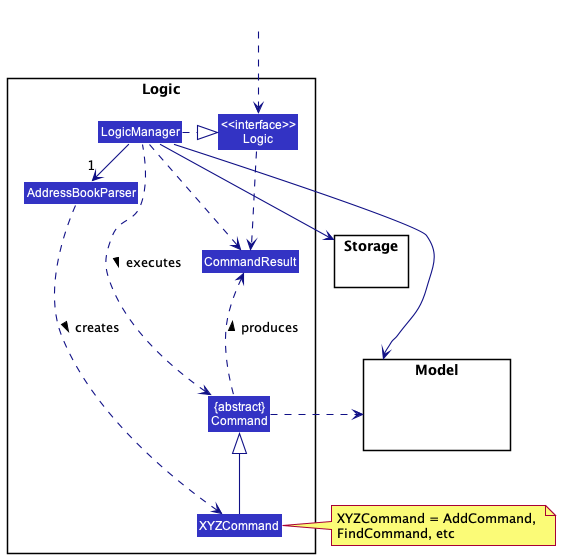
This is docs/images/LogicClassDiagram.png from se-edu/addressbook-level3, a PlantUML export, as it was before one commit.
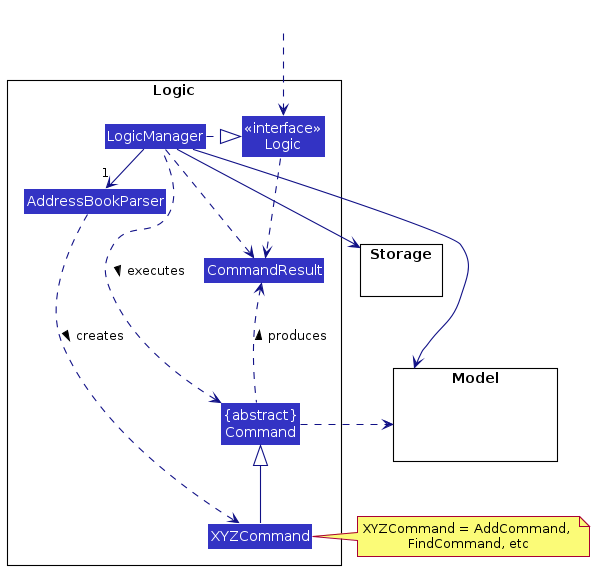
After the commit.

Change to the diagram source:
```diff
@@ -4,7 +4,7 @@
 skinparam arrowColor LOGIC_COLOR_T4
 skinparam classBackgroundColor LOGIC_COLOR
 
-package Logic {
+package Logic as LogicPackage {
 
 Class AddressBookParser
 Class XYZCommand
@@ -16,11 +16,11 @@
 Class LogicManager
 }
 
-package Model{
+package Model {
 Class HiddenModel #FFFFFF
 }
 
-package Storage{
+package Storage {
 }
 
 Class HiddenOutside #FFFFFF
```
